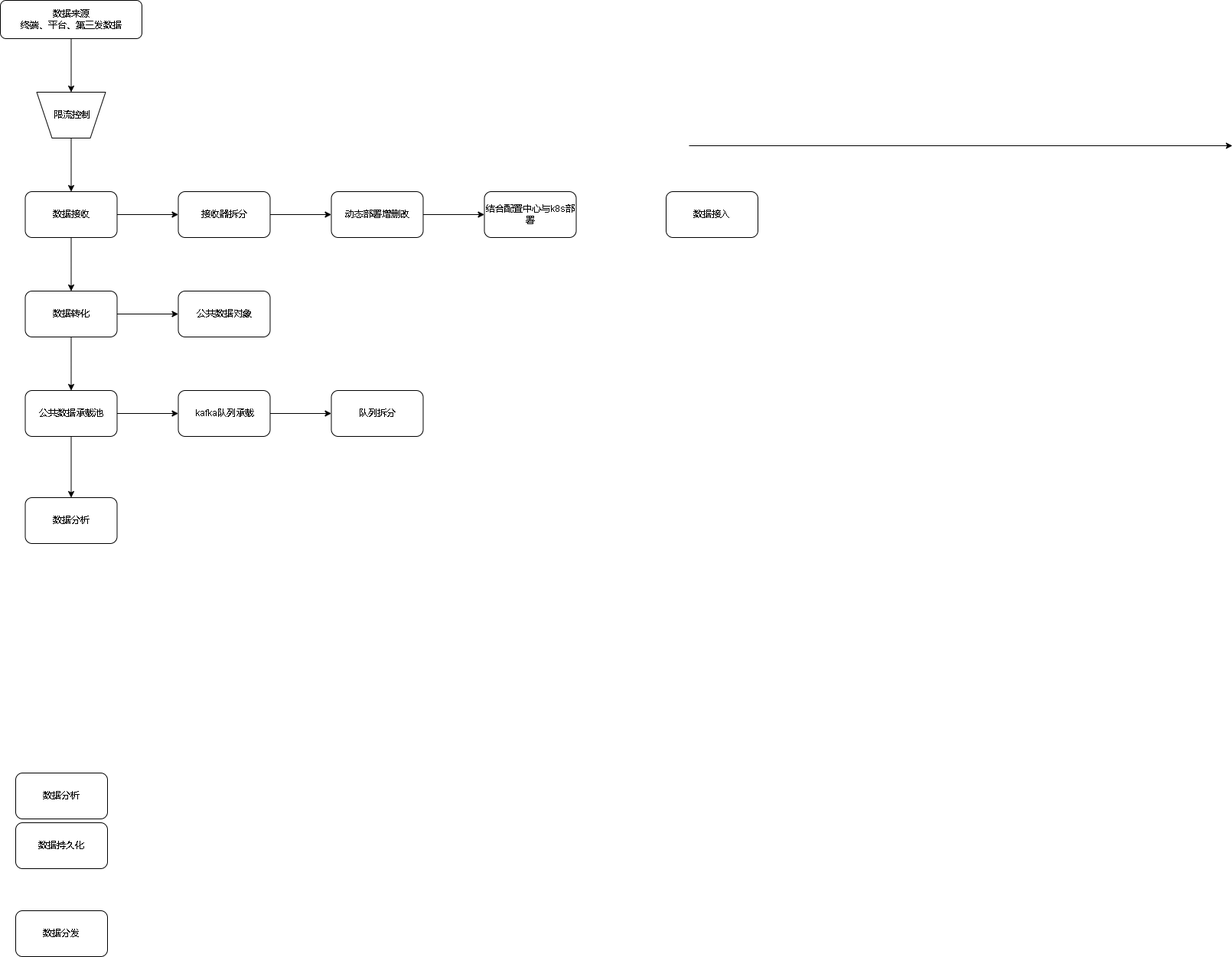
Before: 808后台架构.drawio.png, a diagram exported from draw.io (xktder/draw). Source tidied: cells renumbered, new cells last; positions are measured from the earlier drawing's top-left corner, leaving out a move shared by most shapes.
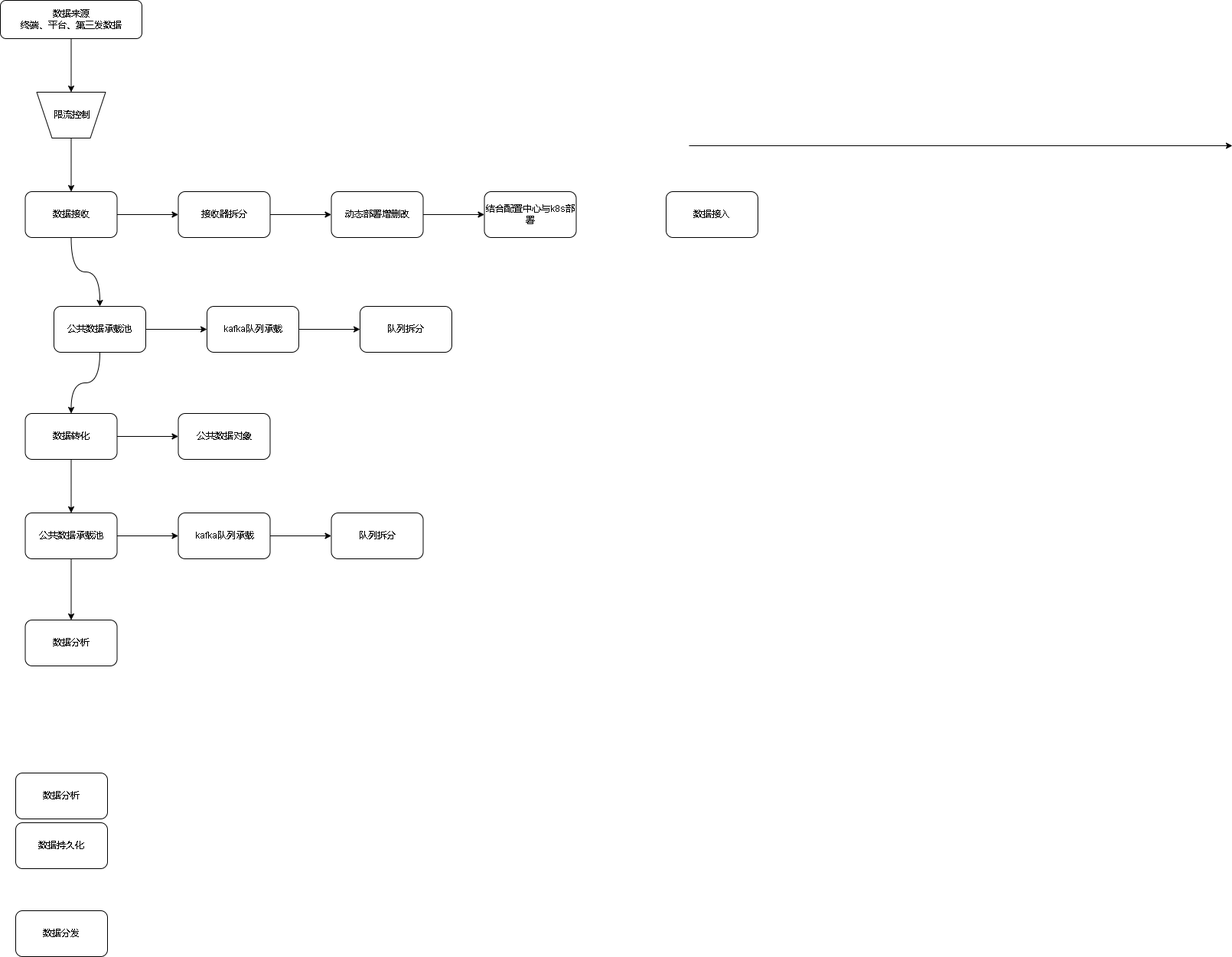
The same file after the commit.

Commit message:
更新808后台架构.drawio.png

Diff of the diagram source:
```diff
@@ -11,7 +11,7 @@
     <mxCell id="4" style="edgeStyle=orthogonalEdgeStyle;curved=1;rounded=0;jettySize=auto;html=1;" parent="1" edge="1" source="6" target="11">
       <mxGeometry relative="1" as="geometry" />
     </mxCell>
-    <mxCell id="5" style="edgeStyle=orthogonalEdgeStyle;curved=1;rounded=0;jettySize=auto;html=1;" parent="1" edge="1" source="6" target="17">
+    <mxCell id="5" style="edgeStyle=orthogonalEdgeStyle;curved=1;rounded=0;jettySize=auto;html=1;entryX=0.5;entryY=0;entryDx=0;entryDy=0;" parent="1" edge="1" source="6" target="33">
       <mxGeometry relative="1" as="geometry" />
     </mxCell>
     <mxCell id="6" value="数据接收" style="rounded=1;whiteSpace=wrap;html=1;" parent="1" vertex="1">
@@ -48,10 +48,10 @@
       <mxGeometry relative="1" as="geometry" />
     </mxCell>
     <mxCell id="17" value="数据转化" style="whiteSpace=wrap;html=1;rounded=1;" parent="1" vertex="1">
-      <mxGeometry x="32.5" y="380" width="120" height="60" as="geometry" />
+      <mxGeometry x="32.5" y="540" width="120" height="60" as="geometry" />
     </mxCell>
     <mxCell id="18" value="公共数据对象" style="whiteSpace=wrap;html=1;rounded=1;" parent="1" vertex="1">
-      <mxGeometry x="232.5" y="380" width="120" height="60" as="geometry" />
+      <mxGeometry x="232.5" y="540" width="120" height="60" as="geometry" />
     </mxCell>
     <mxCell id="19" style="edgeStyle=orthogonalEdgeStyle;curved=1;rounded=0;jettySize=auto;html=1;" parent="1" edge="1" source="21" target="23">
       <mxGeometry relative="1" as="geometry" />
@@ -60,19 +60,19 @@
       <mxGeometry relative="1" as="geometry" />
     </mxCell>
     <mxCell id="21" value="公共数据承载池" style="whiteSpace=wrap;html=1;rounded=1;" parent="1" vertex="1">
-      <mxGeometry x="32.5" y="510" width="120" height="60" as="geometry" />
+      <mxGeometry x="32.5" y="670" width="120" height="60" as="geometry" />
     </mxCell>
     <mxCell id="22" style="edgeStyle=orthogonalEdgeStyle;curved=1;rounded=0;jettySize=auto;html=1;" parent="1" edge="1" source="23" target="24">
       <mxGeometry relative="1" as="geometry" />
     </mxCell>
     <mxCell id="23" value="kafka队列承载" style="whiteSpace=wrap;html=1;rounded=1;" parent="1" vertex="1">
-      <mxGeometry x="232.5" y="510" width="120" height="60" as="geometry" />
+      <mxGeometry x="232.5" y="670" width="120" height="60" as="geometry" />
     </mxCell>
     <mxCell id="24" value="队列拆分" style="whiteSpace=wrap;html=1;rounded=1;" parent="1" vertex="1">
-      <mxGeometry x="432.5" y="510" width="120" height="60" as="geometry" />
+      <mxGeometry x="432.5" y="670" width="120" height="60" as="geometry" />
     </mxCell>
     <mxCell id="25" value="数据分析" style="whiteSpace=wrap;html=1;rounded=1;" parent="1" vertex="1">
-      <mxGeometry x="32.5" y="650" width="120" height="60" as="geometry" />
+      <mxGeometry x="32.5" y="810" width="120" height="60" as="geometry" />
     </mxCell>
     <mxCell id="26" value="数据接入" style="rounded=1;whiteSpace=wrap;html=1;" parent="1" vertex="1">
       <mxGeometry x="870" y="250" width="120" height="60" as="geometry" />
@@ -92,5 +92,23 @@
     <mxCell id="30" value="限流控制" style="text;html=1;align=center;verticalAlign=middle;strokeColor=none;fillColor=none;" parent="1" vertex="1">
       <mxGeometry x="57.5" y="135" width="70" height="30" as="geometry" />
     </mxCell>
+    <mxCell id="31" style="edgeStyle=orthogonalEdgeStyle;curved=1;rounded=0;jettySize=auto;html=1;" parent="1" edge="1" source="33" target="35">
+      <mxGeometry relative="1" as="geometry" />
+    </mxCell>
+    <mxCell id="32" style="edgeStyle=orthogonalEdgeStyle;curved=1;rounded=0;jettySize=auto;html=1;" parent="1" edge="1" source="33" target="17">
+      <mxGeometry relative="1" as="geometry" />
+    </mxCell>
+    <mxCell id="33" value="公共数据承载池" style="whiteSpace=wrap;html=1;rounded=1;" parent="1" vertex="1">
+      <mxGeometry x="70" y="400" width="120" height="60" as="geometry" />
+    </mxCell>
+    <mxCell id="34" style="edgeStyle=orthogonalEdgeStyle;curved=1;rounded=0;jettySize=auto;html=1;" parent="1" edge="1" source="35" target="36">
+      <mxGeometry relative="1" as="geometry" />
+    </mxCell>
+    <mxCell id="35" value="kafka队列承载" style="whiteSpace=wrap;html=1;rounded=1;" parent="1" vertex="1">
+      <mxGeometry x="270" y="400" width="120" height="60" as="geometry" />
+    </mxCell>
+    <mxCell id="36" value="队列拆分" style="whiteSpace=wrap;html=1;rounded=1;" parent="1" vertex="1">
+      <mxGeometry x="470" y="400" width="120" height="60" as="geometry" />
+    </mxCell>
   </root>
 </mxGraphModel>
```
